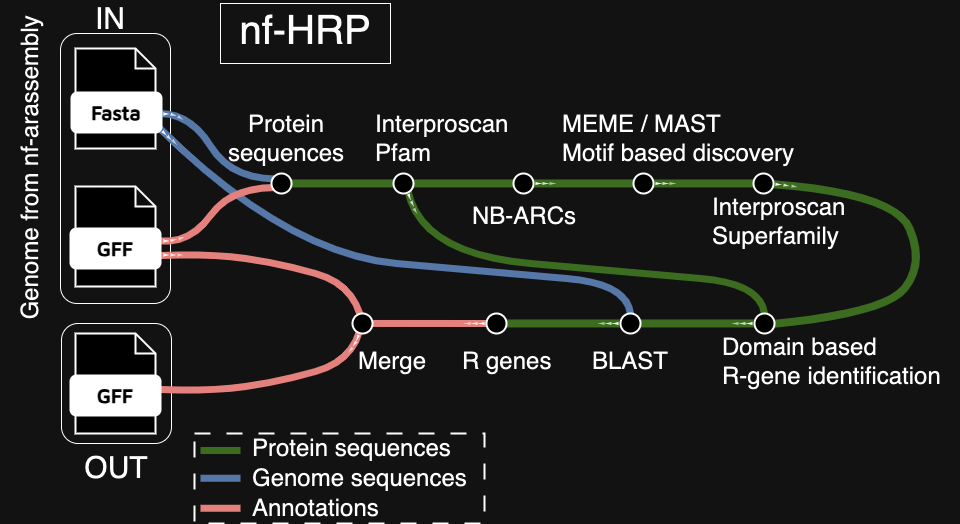
Above: nf-HRP.tubes.png in nschan/nf-hrp (draw.io), before the change. Source tidied: cells renumbered, new cells last; positions are measured from the earlier drawing's top-left corner, leaving out a move shared by most shapes.
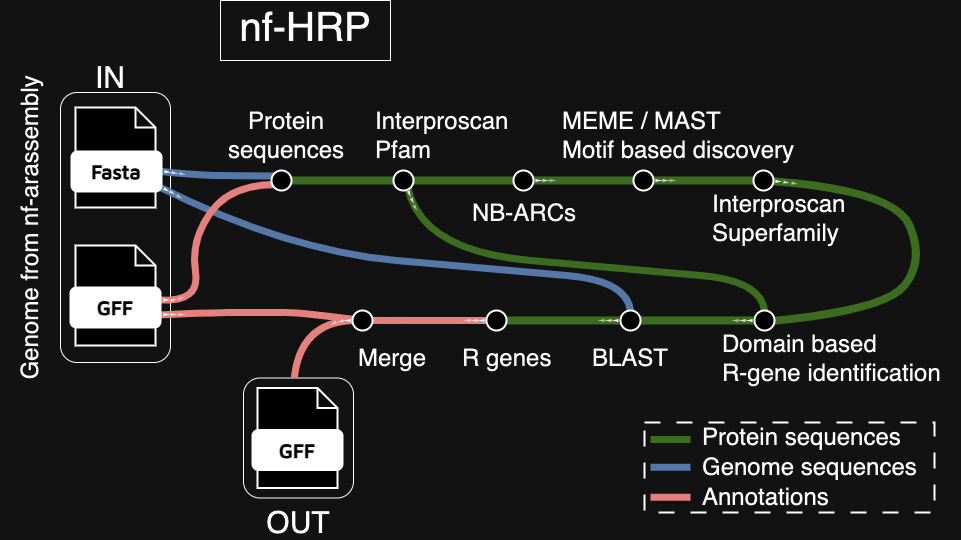
After the commit.

What changed in the source:
```diff
@@ -13,29 +13,24 @@
       </mxGeometry>
     </mxCell>
     <mxCell id="3" style="rounded=1;whiteSpace=wrap;html=1;fillColor=none;" parent="1" vertex="1">
-      <mxGeometry x="61" y="320" width="110" height="120" as="geometry" />
+      <mxGeometry x="243" y="377.5" width="110" height="120" as="geometry" />
     </mxCell>
-    <mxCell id="4" style="endArrow=none;html=1;rounded=0;strokeWidth=7;curved=1;strokeColor=#B85450;fillColor=#f8cecc;exitX=0.993;exitY=0.313;exitDx=0;exitDy=0;exitPerimeter=0;" parent="1" edge="1">
+    <mxCell id="4" style="endArrow=none;html=1;rounded=0;strokeWidth=7;curved=1;strokeColor=#B85450;fillColor=#f8cecc;exitX=0.462;exitY=-0.002;exitDx=0;exitDy=0;exitPerimeter=0;entryX=0;entryY=0.5;entryDx=0;entryDy=0;" parent="1" edge="1" source="3" target="57">
       <mxGeometry relative="1" as="geometry">
-        <mxPoint x="160" y="386" as="sourcePoint" />
-        <mxPoint x="359" y="328" as="targetPoint" />
         <Array as="points">
-          <mxPoint x="210" y="388" />
-          <mxPoint x="280" y="378" />
-          <mxPoint x="350" y="358" />
+          <mxPoint x="300" y="322" />
         </Array>
       </mxGeometry>
     </mxCell>
     <mxCell id="5" style="rounded=1;whiteSpace=wrap;html=1;fillColor=none;" parent="1" vertex="1">
-      <mxGeometry x="60" y="30" width="110" height="270" as="geometry" />
+      <mxGeometry x="60" y="92" width="110" height="270" as="geometry" />
     </mxCell>
-    <mxCell id="6" style="endArrow=none;html=1;rounded=0;strokeWidth=7;curved=1;strokeColor=#B85450;fillColor=#f8cecc;exitX=0.993;exitY=0.313;exitDx=0;exitDy=0;exitPerimeter=0;" parent="1" edge="1" target="57">
+    <mxCell id="6" style="endArrow=none;html=1;rounded=0;strokeWidth=7;curved=1;strokeColor=#B85450;fillColor=#f8cecc;exitX=0.984;exitY=0.685;exitDx=0;exitDy=0;exitPerimeter=0;" parent="1" edge="1" source="17" target="57">
       <mxGeometry relative="1" as="geometry">
-        <mxPoint x="160" y="252" as="sourcePoint" />
         <Array as="points">
-          <mxPoint x="210" y="250" />
-          <mxPoint x="280" y="260" />
-          <mxPoint x="350" y="280" />
+          <mxPoint x="210" y="312" />
+          <mxPoint x="270" y="312" />
+          <mxPoint x="300" y="312" />
         </Array>
       </mxGeometry>
     </mxCell>
@@ -67,6 +62,7 @@
       <mxGeometry relative="1" as="geometry">
         <mxPoint x="275" y="184" as="targetPoint" />
         <Array as="points">
+          <mxPoint x="200" y="302" />
           <mxPoint x="190" y="240" />
           <mxPoint x="230" y="184" />
         </Array>
@@ -75,33 +71,32 @@
     <mxCell id="11" value="Interproscan&lt;br&gt;Pfam" style="text;html=1;align=left;verticalAlign=middle;whiteSpace=wrap;rounded=0;fontSize=24;" parent="1" vertex="1">
       <mxGeometry x="373" y="110" width="147" height="50" as="geometry" />
     </mxCell>
-    <mxCell id="12" style="endArrow=none;html=1;rounded=0;strokeWidth=7;curved=1;strokeColor=#6C8EBF;" parent="1" edge="1">
+    <mxCell id="12" style="endArrow=none;html=1;rounded=0;strokeWidth=7;curved=1;strokeColor=#6C8EBF;exitX=1;exitY=0.5;exitDx=0;exitDy=0;" parent="1" edge="1" source="18">
       <mxGeometry relative="1" as="geometry">
-        <mxPoint x="159" y="110" as="sourcePoint" />
         <mxPoint x="275" y="175.4" as="targetPoint" />
         <Array as="points">
-          <mxPoint x="190" y="110" />
+          <mxPoint x="200" y="175" />
           <mxPoint x="230" y="175" />
         </Array>
       </mxGeometry>
     </mxCell>
     <mxCell id="13" style="shape=note;whiteSpace=wrap;html=1;backgroundOutline=1;darkOpacity=0.05;rounded=1;size=20;strokeWidth=2;" parent="1" vertex="1">
-      <mxGeometry x="75" y="45" width="80" height="100" as="geometry" />
+      <mxGeometry x="75" y="107" width="80" height="100" as="geometry" />
     </mxCell>
     <mxCell id="14" style="shape=note;whiteSpace=wrap;html=1;backgroundOutline=1;darkOpacity=0.05;rounded=1;size=20;strokeWidth=2;" parent="1" vertex="1">
-      <mxGeometry x="75" y="183" width="80" height="100" as="geometry" />
+      <mxGeometry x="75" y="245" width="80" height="100" as="geometry" />
     </mxCell>
     <mxCell id="15" value="Protein sequences" style="text;html=1;align=center;verticalAlign=middle;whiteSpace=wrap;rounded=0;fontSize=24;" parent="1" vertex="1">
       <mxGeometry x="256" y="120" width="60" height="30" as="geometry" />
     </mxCell>
     <mxCell id="16" value="Genome from nf-arassembly" style="text;html=1;align=center;verticalAlign=middle;whiteSpace=wrap;rounded=0;fontSize=24;horizontal=0;" parent="1" vertex="1">
-      <mxGeometry y="2.5" width="60" height="325" as="geometry" />
+      <mxGeometry y="64.5" width="60" height="325" as="geometry" />
     </mxCell>
     <mxCell id="17" value="&lt;font face=&quot;Maven Pro&quot; color=&quot;#ffffff&quot;&gt;&lt;b&gt;&lt;font style=&quot;font-size: 20px;&quot;&gt;GFF&lt;/font&gt;&lt;/b&gt;&lt;/font&gt;" style="rounded=1;whiteSpace=wrap;html=1;strokeWidth=2;fillColor=#000000;" parent="1" vertex="1">
-      <mxGeometry x="70" y="225" width="90" height="40" as="geometry" />
+      <mxGeometry x="70" y="287" width="90" height="40" as="geometry" />
     </mxCell>
     <mxCell id="18" value="&lt;font face=&quot;Maven Pro&quot; color=&quot;#ffffff&quot;&gt;&lt;b&gt;&lt;font style=&quot;font-size: 20px;&quot;&gt;Fasta&lt;/font&gt;&lt;/b&gt;&lt;/font&gt;" style="rounded=1;whiteSpace=wrap;html=1;strokeWidth=2;fillColor=#000000;" parent="1" vertex="1">
-      <mxGeometry x="71" y="89" width="90" height="40" as="geometry" />
+      <mxGeometry x="71" y="151" width="90" height="40" as="geometry" />
     </mxCell>
     <mxCell id="19" value="NB-ARCs" style="text;html=1;align=left;verticalAlign=middle;whiteSpace=wrap;rounded=0;fontSize=24;" parent="1" vertex="1">
       <mxGeometry x="470" y="184.5" width="110" height="57" as="geometry" />
@@ -172,47 +167,17 @@
     <mxCell id="41" style="triangle;whiteSpace=wrap;html=1;rotation=59;fillColor=#000000;strokeColor=none;opacity=60;" parent="38" vertex="1">
       <mxGeometry x="5.5" y="15.8" width="6" height="3" as="geometry" />
     </mxCell>
-    <mxCell id="42" style="group;rotation=-30;" parent="1" vertex="1">
-      <mxGeometry x="163" y="124.3" width="11.3" height="20.7" as="geometry" />
-    </mxCell>
-    <mxCell id="43" style="triangle;whiteSpace=wrap;html=1;rotation=45;fillColor=#000000;opacity=80;strokeColor=none;" parent="42" vertex="1">
-      <mxGeometry x="3" y="8.8" width="6" height="3" as="geometry" />
-    </mxCell>
-    <mxCell id="44" style="triangle;whiteSpace=wrap;html=1;rotation=45;fillColor=#000000;strokeColor=none;" parent="42" vertex="1">
-      <mxGeometry x="-2" y="4" width="6" height="3" as="geometry" />
-    </mxCell>
-    <mxCell id="45" style="triangle;whiteSpace=wrap;html=1;rotation=46;fillColor=#000000;strokeColor=none;opacity=60;" parent="42" vertex="1">
-      <mxGeometry x="8" y="13" width="6" height="3" as="geometry" />
-    </mxCell>
-    <mxCell id="46" style="group;" parent="1" vertex="1">
-      <mxGeometry x="163" y="109" width="25" height="8.4" as="geometry" />
-    </mxCell>
-    <mxCell id="47" style="group;" parent="46" vertex="1">
-      <mxGeometry width="25" height="8.4" as="geometry" />
-    </mxCell>
-    <mxCell id="48" style="group;" parent="47" vertex="1">
-      <mxGeometry width="20.3" height="8.4" as="geometry" />
-    </mxCell>
-    <mxCell id="49" style="triangle;whiteSpace=wrap;html=1;rotation=0;fillColor=#000000;strokeColor=none;" parent="48" vertex="1">
-      <mxGeometry width="6" height="3" as="geometry" />
-    </mxCell>
-    <mxCell id="50" style="triangle;whiteSpace=wrap;html=1;rotation=33;fillColor=#000000;strokeColor=none;opacity=60;" parent="48" vertex="1">
-      <mxGeometry x="14" y="4" width="6" height="3" as="geometry" />
-    </mxCell>
-    <mxCell id="51" style="triangle;whiteSpace=wrap;html=1;rotation=17;fillColor=#000000;opacity=80;strokeColor=none;" parent="48" vertex="1">
-      <mxGeometry x="7" y="1" width="6" height="3" as="geometry" />
-    </mxCell>
     <mxCell id="52" style="group;flipV=1;direction=east;" parent="1" vertex="1">
-      <mxGeometry x="163" y="230.6" width="20.3" height="8.4" as="geometry" />
+      <mxGeometry x="163" y="292.6" width="20.3" height="8.4" as="geometry" />
     </mxCell>
     <mxCell id="53" style="triangle;whiteSpace=wrap;html=1;rotation=0;fillColor=#000000;strokeColor=none;" parent="52" vertex="1">
       <mxGeometry y="5.4" width="6" height="3" as="geometry" />
     </mxCell>
     <mxCell id="54" style="triangle;whiteSpace=wrap;html=1;rotation=339;fillColor=#000000;strokeColor=none;opacity=60;" parent="52" vertex="1">
-      <mxGeometry x="15" y="2.4" width="6" height="3" as="geometry" />
+      <mxGeometry x="15" y="3.4" width="6" height="3" as="geometry" />
     </mxCell>
     <mxCell id="55" style="triangle;whiteSpace=wrap;html=1;rotation=348;fillColor=#000000;opacity=80;strokeColor=none;" parent="52" vertex="1">
-      <mxGeometry x="7" y="4.4" width="6" height="3" as="geometry" />
+      <mxGeometry x="7" y="5.4" width="6" height="3" as="geometry" />
     </mxCell>
     <mxCell id="56" value="R genes" style="text;html=1;align=left;verticalAlign=middle;whiteSpace=wrap;rounded=0;fontSize=24;" parent="1" vertex="1">
       <mxGeometry x="460" y="333" width="100" height="50" as="geometry" />
@@ -235,23 +200,23 @@
     <mxCell id="62" value="Merge" style="text;html=1;align=left;verticalAlign=middle;whiteSpace=wrap;rounded=0;fontSize=24;" parent="1" vertex="1">
       <mxGeometry x="355.5" y="333" width="69" height="50" as="geometry" />
     </mxCell>
-    <mxCell id="63" style="group;" parent="1" vertex="1">
-      <mxGeometry x="163" y="250" width="25" height="3" as="geometry" />
+    <mxCell id="63" style="group;rotation=0;" parent="1" vertex="1">
+      <mxGeometry x="163" y="313.5" width="25" height="3" as="geometry" />
     </mxCell>
-    <mxCell id="64" style="group;" parent="63" vertex="1">
+    <mxCell id="64" style="group;rotation=0;" parent="63" vertex="1">
       <mxGeometry width="25" height="3" as="geometry" />
     </mxCell>
     <mxCell id="65" style="triangle;whiteSpace=wrap;html=1;rotation=0;fillColor=#000000;strokeColor=none;" parent="64" vertex="1">
-      <mxGeometry width="6" height="3" as="geometry" />
+      <mxGeometry y="-1" width="6" height="3" as="geometry" />
     </mxCell>
     <mxCell id="66" style="triangle;whiteSpace=wrap;html=1;rotation=0;fillColor=#000000;opacity=80;strokeColor=none;" parent="64" vertex="1">
-      <mxGeometry x="7" width="6" height="3" as="geometry" />
+      <mxGeometry x="7" y="-1" width="6" height="3" as="geometry" />
     </mxCell>
     <mxCell id="67" style="triangle;whiteSpace=wrap;html=1;rotation=0;fillColor=#000000;strokeColor=none;opacity=60;" parent="64" vertex="1">
-      <mxGeometry x="14" width="6" height="3" as="geometry" />
+      <mxGeometry x="15" y="-1" width="6" height="3" as="geometry" />
     </mxCell>
     <mxCell id="68" style="group;" parent="1" vertex="1">
-      <mxGeometry x="70" y="330" width="90" height="100" as="geometry" />
+      <mxGeometry x="252" y="387.5" width="90" height="100" as="geometry" />
     </mxCell>
     <mxCell id="69" style="shape=note;whiteSpace=wrap;html=1;backgroundOutline=1;darkOpacity=0.05;rounded=1;size=20;strokeWidth=2;" parent="68" vertex="1">
       <mxGeometry x="5" width="80" height="100" as="geometry" />
@@ -268,23 +233,14 @@
     <mxCell id="73" value="nf-HRP" style="text;html=1;align=center;verticalAlign=middle;whiteSpace=wrap;rounded=0;fontSize=40;" parent="71" vertex="1">
       <mxGeometry y="4.3" width="290" height="42.8" as="geometry" />
     </mxCell>
-    <mxCell id="74" style="triangle;whiteSpace=wrap;html=1;rotation=113;fillColor=#000000;strokeColor=none;" parent="1" vertex="1">
-      <mxGeometry x="354" y="333" width="6" height="3" as="geometry" />
-    </mxCell>
-    <mxCell id="75" style="triangle;whiteSpace=wrap;html=1;rotation=126;fillColor=#000000;opacity=80;strokeColor=none;" parent="1" vertex="1">
-      <mxGeometry x="351" y="339" width="6" height="3" as="geometry" />
-    </mxCell>
-    <mxCell id="76" style="triangle;whiteSpace=wrap;html=1;rotation=130;fillColor=#000000;strokeColor=none;opacity=60;" parent="1" vertex="1">
-      <mxGeometry x="347" y="345" width="6" height="3" as="geometry" />
-    </mxCell>
     <mxCell id="77" value="OUT" style="text;html=1;align=center;verticalAlign=middle;whiteSpace=wrap;rounded=0;fontSize=30;" parent="1" vertex="1">
-      <mxGeometry x="86" y="449" width="60" height="30" as="geometry" />
+      <mxGeometry x="268" y="506.5" width="60" height="30" as="geometry" />
     </mxCell>
     <mxCell id="78" value="IN" style="text;html=1;align=center;verticalAlign=middle;whiteSpace=wrap;rounded=0;fontSize=30;" parent="1" vertex="1">
-      <mxGeometry x="80" width="60" height="30" as="geometry" />
+      <mxGeometry x="80" y="62" width="60" height="30" as="geometry" />
     </mxCell>
     <mxCell id="79" style="group;" parent="1" vertex="1">
-      <mxGeometry x="190" y="430" width="300" height="90" as="geometry" />
+      <mxGeometry x="640" y="422" width="300" height="90" as="geometry" />
     </mxCell>
     <mxCell id="80" style="group;" parent="79" vertex="1">
       <mxGeometry x="10" width="290" height="90" as="geometry" />
@@ -430,5 +386,41 @@
     <mxCell id="118" style="ellipse;whiteSpace=wrap;html=1;rounded=1;rotation=0;strokeWidth=2;" parent="1" vertex="1">
       <mxGeometry x="753" y="170" width="20" height="20" as="geometry" />
     </mxCell>
+    <mxCell id="119" style="group;flipH=0;flipV=0;rotation=-180;" parent="1" vertex="1">
+      <mxGeometry x="325" y="319.5" width="25" height="3" as="geometry" />
+    </mxCell>
+    <mxCell id="120" style="triangle;whiteSpace=wrap;html=1;rotation=-180;fillColor=#000000;strokeColor=none;" parent="119" vertex="1">
+      <mxGeometry x="19" y="-1" width="6" height="3" as="geometry" />
+    </mxCell>
+    <mxCell id="121" style="triangle;whiteSpace=wrap;html=1;rotation=-195;fillColor=#000000;opacity=80;strokeColor=none;" parent="119" vertex="1">
+      <mxGeometry x="12" width="6" height="3" as="geometry" />
+    </mxCell>
+    <mxCell id="122" style="triangle;whiteSpace=wrap;html=1;rotation=-210;fillColor=#000000;strokeColor=none;opacity=60;" parent="119" vertex="1">
+      <mxGeometry x="5" y="2" width="6" height="3" as="geometry" />
+    </mxCell>
+    <mxCell id="123" style="group;flipH=0;flipV=0;rotation=10;" parent="1" vertex="1">
+      <mxGeometry x="164" y="171" width="25" height="3" as="geometry" />
+    </mxCell>
+    <mxCell id="124" style="triangle;whiteSpace=wrap;html=1;rotation=10;fillColor=#000000;strokeColor=none;" parent="123" vertex="1">
+      <mxGeometry y="-1" width="6" height="3" as="geometry" />
+    </mxCell>
+    <mxCell id="125" style="triangle;whiteSpace=wrap;html=1;rotation=10;fillColor=#000000;opacity=80;strokeColor=none;" parent="123" vertex="1">
+      <mxGeometry x="7" width="6" height="3" as="geometry" />
+    </mxCell>
+    <mxCell id="126" style="triangle;whiteSpace=wrap;html=1;rotation=10;fillColor=#000000;strokeColor=none;opacity=60;" parent="123" vertex="1">
+      <mxGeometry x="15" y="1" width="6" height="3" as="geometry" />
+    </mxCell>
+    <mxCell id="127" style="group;flipH=0;flipV=0;rotation=30;" parent="1" vertex="1">
+      <mxGeometry x="162" y="192" width="25" height="3" as="geometry" />
+    </mxCell>
+    <mxCell id="128" style="triangle;whiteSpace=wrap;html=1;rotation=30;fillColor=#000000;strokeColor=none;" parent="127" vertex="1">
+      <mxGeometry x="1" y="-4" width="6" height="3" as="geometry" />
+    </mxCell>
+    <mxCell id="129" style="triangle;whiteSpace=wrap;html=1;rotation=30;fillColor=#000000;opacity=80;strokeColor=none;" parent="127" vertex="1">
+      <mxGeometry x="7" y="-1" width="6" height="3" as="geometry" />
+    </mxCell>
+    <mxCell id="130" style="triangle;whiteSpace=wrap;html=1;rotation=30;fillColor=#000000;strokeColor=none;opacity=60;" parent="127" vertex="1">
+      <mxGeometry x="14" y="3" width="6" height="3" as="geometry" />
+    </mxCell>
   </root>
 </mxGraphModel>
```
